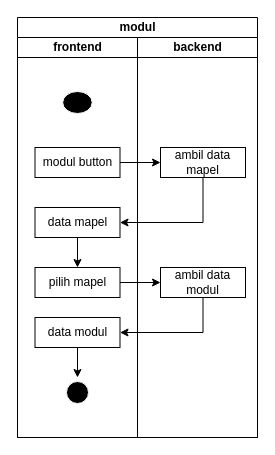
Before: activity/modul_pelajar.drawio in fuatanshori/flowchart, a draw.io diagram. Source tidied: cells renumbered, new cells numbered last; positions are measured from the earlier drawing's top-left corner, leaving out a move shared by most shapes. Both pictures are drawn from the tidied source at 100%, with x=0, y=0 at pixel (17, 17).
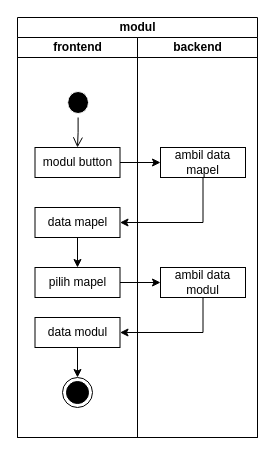
After the change.

Unchanged cells that the change refers to:
```xml
<mxCell id="3" value="frontend" style="swimlane;startSize=20;html=1;" parent="2" vertex="1">
  <mxGeometry y="20" width="120" height="400" as="geometry" />
</mxCell>
```

Diff of the diagram source:
```diff
@@
     <mxCell id="4" style="ellipse;html=1;shape=startState;fillColor=#000000;strokeColor=#FFFFFF;" parent="3" vertex="1">
-      <mxGeometry x="41.2" y="50" width="37.5" height="30" as="geometry" />
+      <mxGeometry x="46.2" y="50" width="28.8" height="30" as="geometry" />
     </mxCell>
-    <mxCell id="5" style="edgeStyle=orthogonalEdgeStyle;html=1;verticalAlign=bottom;endArrow=open;endSize=8;strokeColor=#FFFFFF;rounded=0;" parent="3" edge="1" source="4">
+    <mxCell id="5" style="edgeStyle=orthogonalEdgeStyle;html=1;verticalAlign=bottom;endArrow=open;endSize=8;strokeColor=#000000;rounded=0;" parent="3" edge="1" source="4">
       <mxGeometry relative="1" as="geometry">
         <mxPoint x="60" y="110" as="targetPoint" />
       </mxGeometry>
     </mxCell>
@@
-    <mxCell id="12" style="ellipse;html=1;shape=endState;fillColor=#000000;strokeColor=#ffffff;" parent="3" vertex="1">
+    <mxCell id="12" style="ellipse;html=1;shape=endState;fillColor=#000000;strokeColor=#000000;" parent="3" vertex="1">
       <mxGeometry x="45" y="340" width="30" height="30" as="geometry" />
     </mxCell>
```
